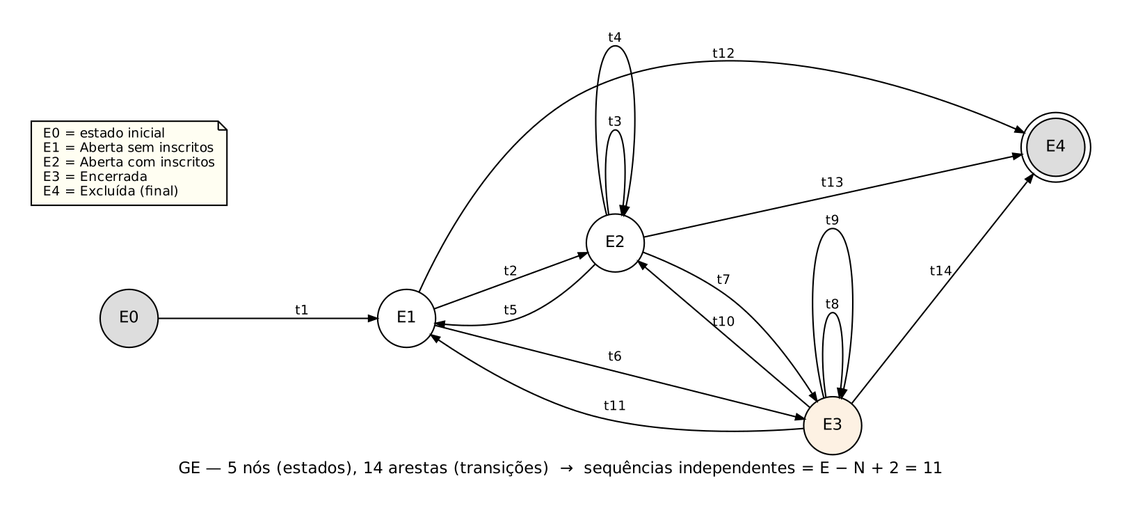
The Graphviz diagram qualidade/diagramas/ex05_ge.png in Conecta-Vida/Conecta-Vida-Mobile, before a commit. Its source is kept beside it as qualidade/diagramas/ex05_ge.dot. Its diagram source:
```dot
digraph ge {
  graph [rankdir=LR, fontname="DejaVu Sans", fontsize=11, nodesep=0.8, ranksep=1.3, pad=0.3,
         label="GE — 5 nós (estados), 14 arestas (transições)  →  sequências independentes = E − N + 2 = 11", labelloc=b];
  node  [shape=circle, fontname="DejaVu Sans", fontsize=11, width=0.55, fixedsize=true, style=filled, fillcolor="#ffffff"];
  edge  [fontname="DejaVu Sans", fontsize=9, arrowsize=0.6];
  E0 [label="E0", fillcolor="#dddddd"]; E4 [label="E4", shape=doublecircle, fillcolor="#dddddd"];
  E1; E2; E3 [fillcolor="#fdf1e3"];
  E0 -> E1 [label="t1"];
  E1 -> E2 [label="t2"];
  E2 -> E2 [label="t3"];
  E2 -> E2 [label="t4"];
  E2 -> E1 [label="t5"];
  E1 -> E3 [label="t6"];
  E2 -> E3 [label="t7"];
  E3 -> E3 [label="t8"];
  E3 -> E3 [label="t9"];
  E3 -> E2 [label="t10"];
  E3 -> E1 [label="t11"];
  E1 -> E4 [label="t12"];
  E2 -> E4 [label="t13"];
  E3 -> E4 [label="t14"];
  legenda [shape=note, fixedsize=false, fontsize=9, fillcolor="#fffef2", label="E0 = estado inicial\lE1 = Aberta sem inscritos\lE2 = Aberta com inscritos\lE3 = Encerrada\lE4 = Excluída (final)\l"];
}
```
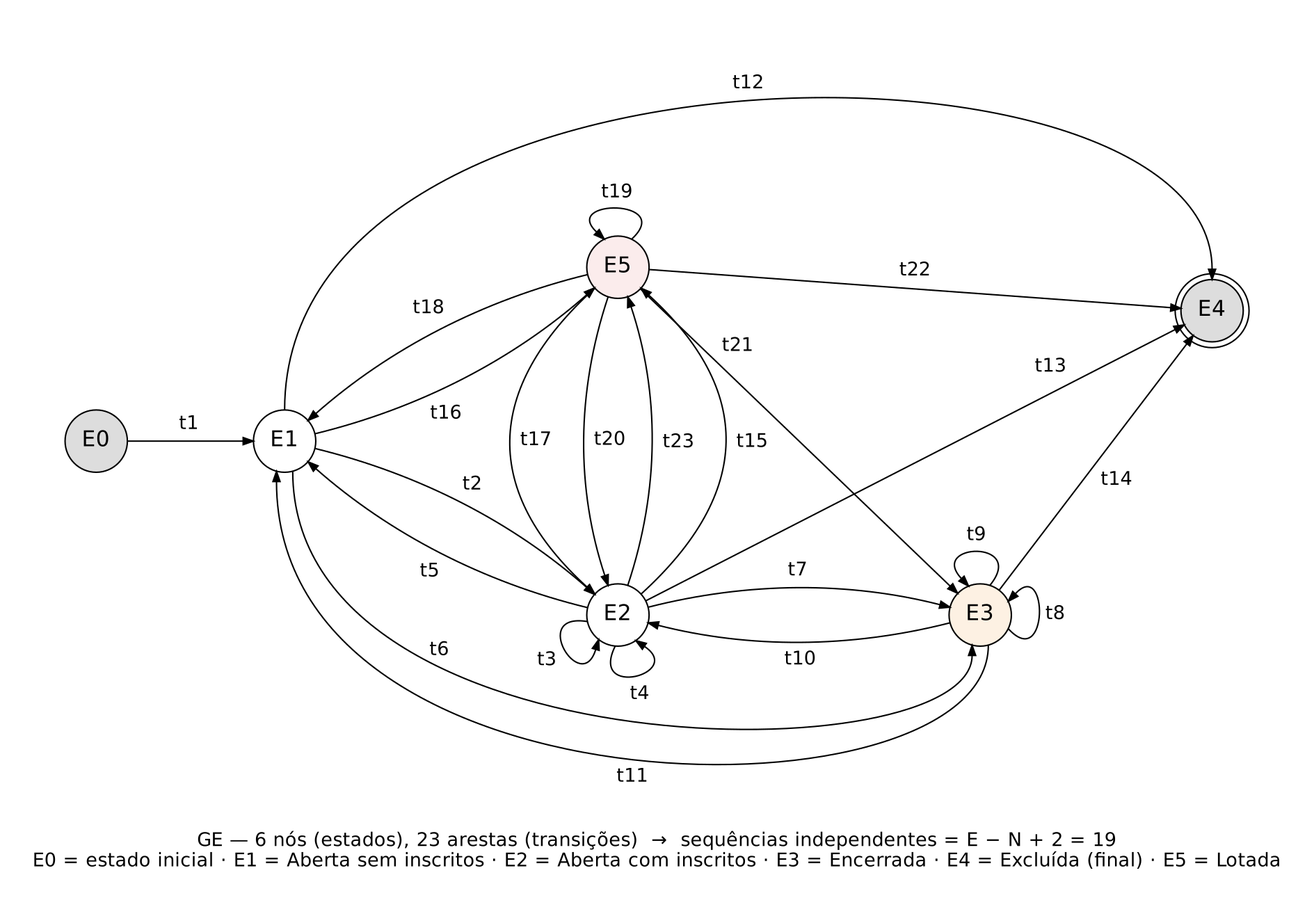
After the change.

What changed in the source:
```diff
@@ -1,23 +1,35 @@
 digraph ge {
-  graph [rankdir=LR, fontname="DejaVu Sans", fontsize=11, nodesep=0.8, ranksep=1.3, pad=0.3,
-         label="GE — 5 nós (estados), 14 arestas (transições)  →  sequências independentes = E − N + 2 = 11", labelloc=b];
-  node  [shape=circle, fontname="DejaVu Sans", fontsize=11, width=0.55, fixedsize=true, style=filled, fillcolor="#ffffff"];
-  edge  [fontname="DejaVu Sans", fontsize=9, arrowsize=0.6];
-  E0 [label="E0", fillcolor="#dddddd"]; E4 [label="E4", shape=doublecircle, fillcolor="#dddddd"];
-  E1; E2; E3 [fillcolor="#fdf1e3"];
-  E0 -> E1 [label="t1"];
-  E1 -> E2 [label="t2"];
-  E2 -> E2 [label="t3"];
-  E2 -> E2 [label="t4"];
-  E2 -> E1 [label="t5"];
-  E1 -> E3 [label="t6"];
-  E2 -> E3 [label="t7"];
-  E3 -> E3 [label="t8"];
-  E3 -> E3 [label="t9"];
-  E3 -> E2 [label="t10"];
-  E3 -> E1 [label="t11"];
-  E1 -> E4 [label="t12"];
-  E2 -> E4 [label="t13"];
-  E3 -> E4 [label="t14"];
-  legenda [shape=note, fixedsize=false, fontsize=9, fillcolor="#fffef2", label="E0 = estado inicial\lE1 = Aberta sem inscritos\lE2 = Aberta com inscritos\lE3 = Encerrada\lE4 = Excluída (final)\l"];
+  graph [layout=nop2, fontname="DejaVu Sans", fontsize=13, pad=0.2, labelloc=b,
+         label="GE — 6 nós (estados), 23 arestas (transições)  →  sequências independentes = E − N + 2 = 19\nE0 = estado inicial · E1 = Aberta sem inscritos · E2 = Aberta com inscritos · E3 = Encerrada · E4 = Excluída (final) · E5 = Lotada"];
+  node  [shape=circle, fontname="DejaVu Sans", fontsize=15, width=0.60, fixedsize=true, style=filled, fillcolor="#ffffff"];
+  edge  [fontname="DejaVu Sans", fontsize=13, arrowsize=0.7];
+  E0 [pos="40.0,270.0", fillcolor="#dddddd"];
+  E1 [pos="170.0,270.0"];
+  E2 [pos="400.0,150.0"];
+  E3 [pos="650.0,150.0", fillcolor="#fdf1e3"];
+  E4 [pos="810.0,360.0", shape=doublecircle, fillcolor="#dddddd"];
+  E5 [pos="400.0,390.0", fillcolor="#fbecec"];
+  E0 -> E1 [label="t1", pos="e,148.4,270.0 61.6,270.0 90.5,270.0 119.5,270.0 141.4,270.0", lp="104.1,281.8"];
+  E1 -> E2 [label="t2", pos="e,383.8,164.3 191.0,264.9 263.5,247.2 327.8,213.7 378.6,168.9", lp="299.7,240.0"];
+  E2 -> E2 [label="t3", pos="e,386.7,133.0 378.9,145.5 338.4,152.1 374.9,93.7 384.7,126.3", lp="351.1,118.8"];
+  E2 -> E2 [label="t4", pos="e,412.4,132.3 398.1,128.5 379.9,91.8 446.5,109.6 418.2,128.4", lp="415.2,95.4"];
+  E2 -> E1 [label="t5", pos="e,186.2,255.7 379.0,155.1 306.5,172.8 242.2,206.3 191.4,251.1", lp="270.3,180.0"];
+  E1 -> E3 [label="t6", pos="e,644.4,129.1 175.6,249.1 175.6,40.0 644.4,40.0 644.4,122.1", lp="276.9,125.8"];
+  E2 -> E3 [label="t7", pos="e,629.1,155.4 420.9,155.4 490.3,173.1 559.7,173.1 622.3,157.1", lp="524.2,180.7"];
+  E3 -> E3 [label="t8", pos="e,669.4,159.5 669.4,140.5 697.2,110.4 697.2,189.6 674.2,164.6", lp="701.9,150.6"];
+  E3 -> E3 [label="t9", pos="e,641.9,170.0 656.7,170.5 682.6,202.2 613.8,199.8 637.1,175.1", lp="647.5,205.1"];
+  E3 -> E2 [label="t10", pos="e,420.9,144.6 629.1,144.6 559.7,126.9 490.3,126.9 427.7,142.9", lp="525.8,119.3"];
+  E3 -> E1 [label="t11", pos="e,164.4,249.1 655.6,129.1 655.6,5.0 164.4,5.0 164.4,242.1", lp="410.0,38.4"];
+  E1 -> E4 [label="t12", pos="e,810.0,381.6 170.0,291.6 170.0,560.0 810.0,560.0 810.0,388.6", lp="490.0,516.8"];
+  E2 -> E4 [label="t13", pos="e,790.8,350.2 419.2,159.8 543.1,223.3 666.9,286.7 784.5,347.0", lp="698.6,321.4"];
+  E3 -> E4 [label="t14", pos="e,796.9,342.8 663.1,167.2 707.7,225.7 752.3,284.3 792.7,337.3", lp="744.1,243.2"];
+  E2 -> E5 [label="t15", pos="e,416.0,375.5 416.0,164.5 493.3,234.8 493.3,305.2 421.2,370.8", lp="492.7,269.4"];
+  E1 -> E5 [label="t16", pos="e,383.8,375.7 191.0,275.1 263.5,292.8 327.8,326.3 378.6,371.1", lp="281.4,289.0"];
+  E5 -> E2 [label="t17", pos="e,384.0,164.5 384.0,375.5 306.7,305.2 306.7,234.8 378.8,169.2", lp="343.5,270.6"];
+  E5 -> E1 [label="t18", pos="e,186.2,284.3 379.0,384.9 306.5,367.2 242.2,333.7 191.4,288.9", lp="269.4,361.7"];
+  E5 -> E5 [label="t19", pos="e,390.5,409.4 409.5,409.4 439.6,437.2 360.4,437.2 385.4,414.2", lp="399.4,441.6"];
+  E5 -> E2 [label="t20", pos="e,393.2,170.5 393.2,369.5 371.1,303.2 371.1,236.8 391.0,177.1", lp="394.4,270.8"];
+  E5 -> E3 [label="t21", pos="e,634.4,165.0 415.6,375.0 488.5,305.0 561.5,235.0 629.4,169.8", lp="482.7,335.6"];
+  E5 -> E4 [label="t22", pos="e,788.5,361.6 421.5,388.4 543.8,379.5 666.2,370.5 781.5,362.1", lp="605.1,387.7"];
+  E2 -> E5 [label="t23", pos="e,406.8,369.5 406.8,170.5 428.9,236.8 428.9,303.2 409.0,362.9", lp="441.8,269.2"];
 }
```
